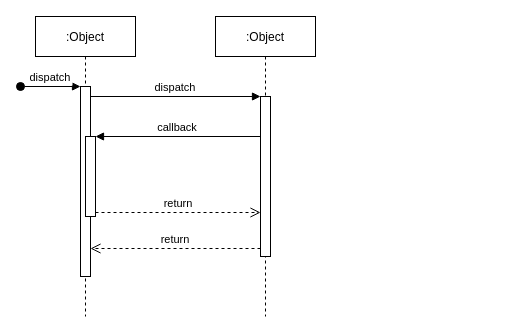
The draw.io diagram Untitled Diagram.drawio in dawid86/rento, before the edit. Source tidied: cells renumbered, new cells numbered last; positions are measured from the earlier drawing's top-left corner, leaving out a move shared by most shapes. Both pictures are drawn from the tidied source at 100%, with x=0, y=0 at pixel (20, 16).
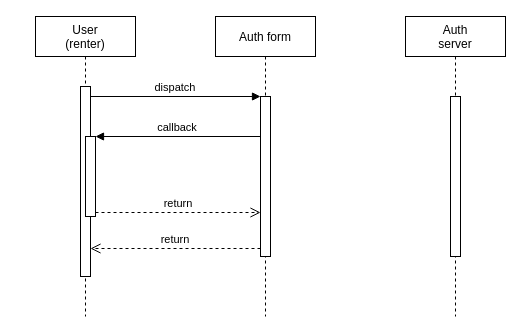
The same page after the edit.

Diff of the diagram source:
```diff
@@
 <mxGraphModel>
   <root>
     <mxCell id="0" />
     <mxCell id="1" parent="0" />
-    <mxCell id="2" value=":Object" style="shape=umlLifeline;perimeter=lifelinePerimeter;rounded=0;shadow=0;strokeWidth=1;" parent="1" vertex="1">
+    <mxCell id="2" value="User&#10;(renter)" style="shape=umlLifeline;perimeter=lifelinePerimeter;rounded=0;shadow=0;strokeWidth=1;" parent="1" vertex="1">
       <mxGeometry x="15" width="100" height="300" as="geometry" />
     </mxCell>
     <mxCell id="3" style="points=[];perimeter=orthogonalPerimeter;rounded=0;shadow=0;strokeWidth=1;" parent="2" vertex="1">
       <mxGeometry x="45" y="70" width="10" height="190" as="geometry" />
     </mxCell>
-    <mxCell id="4" value="dispatch" style="verticalAlign=bottom;startArrow=oval;endArrow=block;startSize=8;shadow=0;strokeWidth=1;" parent="2" edge="1" target="3">
-      <mxGeometry relative="1" as="geometry">
-        <mxPoint x="-15" y="70" as="sourcePoint" />
-      </mxGeometry>
-    </mxCell>
     <mxCell id="5" style="points=[];perimeter=orthogonalPerimeter;rounded=0;shadow=0;strokeWidth=1;" parent="2" vertex="1">
       <mxGeometry x="50" y="120" width="10" height="80" as="geometry" />
     </mxCell>
-    <mxCell id="6" value=":Object" style="shape=umlLifeline;perimeter=lifelinePerimeter;rounded=0;shadow=0;strokeWidth=1;" parent="1" vertex="1">
+    <mxCell id="6" value="Auth form" style="shape=umlLifeline;perimeter=lifelinePerimeter;rounded=0;shadow=0;strokeWidth=1;" parent="1" vertex="1">
       <mxGeometry x="195" width="100" height="300" as="geometry" />
     </mxCell>
     <mxCell id="7" style="points=[];perimeter=orthogonalPerimeter;rounded=0;shadow=0;strokeWidth=1;" parent="6" vertex="1">
       <mxGeometry x="45" y="80" width="10" height="160" as="geometry" />
     </mxCell>
     <mxCell id="8" value="return" style="verticalAlign=bottom;endArrow=open;dashed=1;endSize=8;exitX=0;exitY=0.95;shadow=0;strokeWidth=1;" parent="1" edge="1" source="7" target="3">
       <mxGeometry relative="1" as="geometry" />
     </mxCell>
     <mxCell id="9" value="dispatch" style="verticalAlign=bottom;endArrow=block;entryX=0;entryY=0;shadow=0;strokeWidth=1;" parent="1" edge="1" source="3" target="7">
       <mxGeometry relative="1" as="geometry" />
     </mxCell>
     <mxCell id="10" value="callback" style="verticalAlign=bottom;endArrow=block;entryX=1;entryY=0;shadow=0;strokeWidth=1;" parent="1" edge="1" source="7" target="5">
       <mxGeometry relative="1" as="geometry" />
     </mxCell>
     <mxCell id="11" value="return" style="verticalAlign=bottom;endArrow=open;dashed=1;endSize=8;exitX=1;exitY=0.95;shadow=0;strokeWidth=1;" parent="1" edge="1" source="5" target="7">
       <mxGeometry relative="1" as="geometry" />
     </mxCell>
+    <mxCell id="12" value="Auth&#10;server" style="shape=umlLifeline;perimeter=lifelinePerimeter;rounded=0;shadow=0;strokeWidth=1;" parent="1" vertex="1">
+      <mxGeometry x="385" width="100" height="300" as="geometry" />
+    </mxCell>
+    <mxCell id="13" style="perimeter=orthogonalPerimeter;rounded=0;shadow=0;strokeWidth=1;" parent="12" vertex="1">
+      <mxGeometry x="45" y="80" width="10" height="160" as="geometry" />
+    </mxCell>
   </root>
 </mxGraphModel>
```
